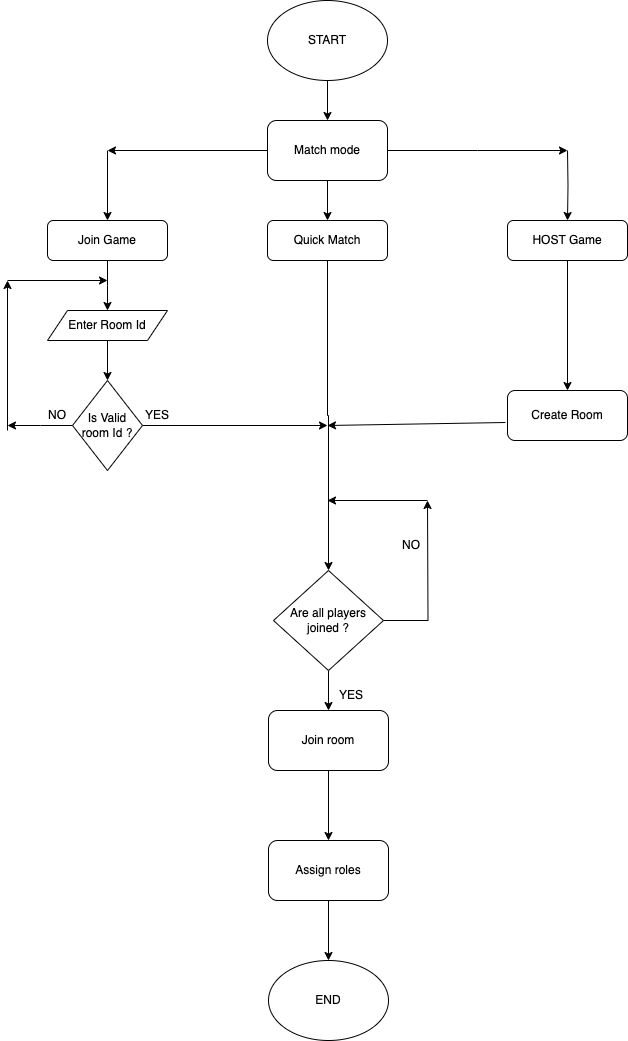
The draw.io diagram start-menu.drawio.png in garimiddisuman/project, before a commit. Source tidied: cells renumbered, new cells last; positions are measured from the earlier drawing's top-left corner, leaving out a move shared by most shapes.
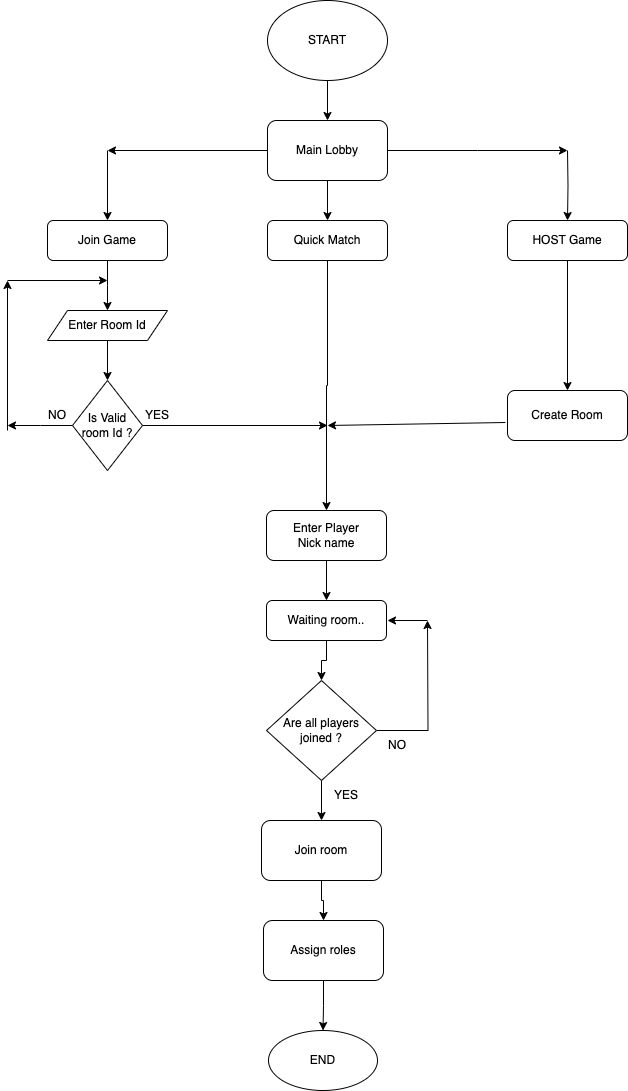
After the commit.

Change to the diagram source:
```diff
@@ -21,40 +21,40 @@
         <mxPoint x="100" y="150" as="targetPoint" />
       </mxGeometry>
     </mxCell>
-    <mxCell id="7" value="Match mode" style="rounded=1;whiteSpace=wrap;html=1;" parent="1" vertex="1">
+    <mxCell id="7" value="Main Lobby" style="rounded=1;whiteSpace=wrap;html=1;" parent="1" vertex="1">
       <mxGeometry x="260" y="120" width="120" height="60" as="geometry" />
     </mxCell>
-    <mxCell id="8" style="edgeStyle=orthogonalEdgeStyle;rounded=0;jettySize=auto;html=1;exitX=0.5;exitY=1;exitDx=0;exitDy=0;entryX=0.5;entryY=0;entryDx=0;entryDy=0;" parent="1" edge="1" source="9" target="12">
-      <mxGeometry relative="1" as="geometry" />
-    </mxCell>
+    <mxCell id="39" style="edgeStyle=orthogonalEdgeStyle;rounded=0;jettySize=auto;html=1;entryX=0.5;entryY=0;entryDx=0;entryDy=0;" parent="1" edge="1" source="9" target="44">
+      <mxGeometry relative="1" as="geometry" />
+    </mxCell>
     <mxCell id="9" value="Quick Match" style="rounded=1;whiteSpace=wrap;html=1;" parent="1" vertex="1">
       <mxGeometry x="260" y="220" width="120" height="40" as="geometry" />
     </mxCell>
     <mxCell id="10" style="edgeStyle=orthogonalEdgeStyle;rounded=0;jettySize=auto;html=1;exitX=1;exitY=0.5;exitDx=0;exitDy=0;" parent="1" edge="1" source="12">
       <mxGeometry relative="1" as="geometry">
-        <mxPoint x="420" y="500" as="targetPoint" />
+        <mxPoint x="420" y="620" as="targetPoint" />
       </mxGeometry>
     </mxCell>
     <mxCell id="11" style="edgeStyle=orthogonalEdgeStyle;rounded=0;jettySize=auto;html=1;entryX=0.5;entryY=0;entryDx=0;entryDy=0;" parent="1" edge="1" source="12" target="14">
       <mxGeometry relative="1" as="geometry" />
     </mxCell>
     <mxCell id="12" value="Are all players joined ?" style="rhombus;whiteSpace=wrap;html=1;" parent="1" vertex="1">
-      <mxGeometry x="266" y="570" width="110" height="100" as="geometry" />
+      <mxGeometry x="259" y="680" width="110" height="100" as="geometry" />
     </mxCell>
     <mxCell id="13" style="edgeStyle=orthogonalEdgeStyle;rounded=0;jettySize=auto;html=1;exitX=0.5;exitY=1;exitDx=0;exitDy=0;entryX=0.5;entryY=0;entryDx=0;entryDy=0;" parent="1" edge="1" source="14" target="16">
       <mxGeometry relative="1" as="geometry" />
     </mxCell>
     <mxCell id="14" value="Join room" style="rounded=1;whiteSpace=wrap;html=1;" parent="1" vertex="1">
-      <mxGeometry x="261" y="710" width="120" height="60" as="geometry" />
+      <mxGeometry x="254" y="820" width="120" height="60" as="geometry" />
     </mxCell>
     <mxCell id="15" style="edgeStyle=orthogonalEdgeStyle;rounded=0;jettySize=auto;html=1;exitX=0.5;exitY=1;exitDx=0;exitDy=0;entryX=0.5;entryY=0;entryDx=0;entryDy=0;" parent="1" edge="1" source="16" target="17">
       <mxGeometry relative="1" as="geometry" />
     </mxCell>
     <mxCell id="16" value="Assign roles" style="rounded=1;whiteSpace=wrap;html=1;" parent="1" vertex="1">
-      <mxGeometry x="261" y="840" width="120" height="60" as="geometry" />
+      <mxGeometry x="256" y="920" width="120" height="60" as="geometry" />
     </mxCell>
     <mxCell id="17" value="END" style="ellipse;whiteSpace=wrap;html=1;" parent="1" vertex="1">
-      <mxGeometry x="261" y="960" width="120" height="80" as="geometry" />
+      <mxGeometry x="261" y="1030" width="109" height="60" as="geometry" />
     </mxCell>
     <mxCell id="18" style="edgeStyle=orthogonalEdgeStyle;rounded=0;jettySize=auto;html=1;entryX=0.5;entryY=0;entryDx=0;entryDy=0;" parent="1" edge="1" target="21">
       <mxGeometry relative="1" as="geometry">
@@ -62,7 +62,7 @@
       </mxGeometry>
     </mxCell>
     <mxCell id="19" value="YES" style="text;html=1;align=center;verticalAlign=middle;whiteSpace=wrap;rounded=0;" parent="1" vertex="1">
-      <mxGeometry x="314" y="680" width="60" height="30" as="geometry" />
+      <mxGeometry x="309" y="780" width="60" height="30" as="geometry" />
     </mxCell>
     <mxCell id="20" style="edgeStyle=orthogonalEdgeStyle;rounded=0;jettySize=auto;html=1;exitX=0.5;exitY=1;exitDx=0;exitDy=0;entryX=0.5;entryY=0;entryDx=0;entryDy=0;" parent="1" edge="1" source="21" target="22">
       <mxGeometry relative="1" as="geometry" />
@@ -73,14 +73,8 @@
     <mxCell id="22" value="Create Room" style="rounded=1;whiteSpace=wrap;html=1;" parent="1" vertex="1">
       <mxGeometry x="500" y="390" width="120" height="50" as="geometry" />
     </mxCell>
-    <mxCell id="23" style="endArrow=classic;html=1;rounded=0;" parent="1" edge="1">
-      <mxGeometry relative="1" as="geometry">
-        <mxPoint x="420" y="500" as="sourcePoint" />
-        <mxPoint x="320" y="500" as="targetPoint" />
-      </mxGeometry>
-    </mxCell>
     <mxCell id="24" value="NO" style="text;html=1;align=center;verticalAlign=middle;whiteSpace=wrap;rounded=0;" parent="1" vertex="1">
-      <mxGeometry x="374" y="530" width="60" height="30" as="geometry" />
+      <mxGeometry x="360" y="730" width="60" height="30" as="geometry" />
     </mxCell>
     <mxCell id="25" style="edgeStyle=orthogonalEdgeStyle;rounded=0;jettySize=auto;html=1;exitX=0.5;exitY=1;exitDx=0;exitDy=0;entryX=0.5;entryY=0;entryDx=0;entryDy=0;" parent="1" edge="1" source="26">
       <mxGeometry relative="1" as="geometry">
@@ -140,5 +134,23 @@
         <mxPoint y="280" as="targetPoint" />
       </mxGeometry>
     </mxCell>
+    <mxCell id="40" style="edgeStyle=orthogonalEdgeStyle;rounded=0;jettySize=auto;html=1;entryX=0.5;entryY=0;entryDx=0;entryDy=0;" parent="1" edge="1" source="41" target="12">
+      <mxGeometry relative="1" as="geometry" />
+    </mxCell>
+    <mxCell id="41" value="Waiting room.." style="rounded=1;whiteSpace=wrap;html=1;" parent="1" vertex="1">
+      <mxGeometry x="259" y="600" width="120" height="40" as="geometry" />
+    </mxCell>
+    <mxCell id="42" style="endArrow=classic;html=1;rounded=0;" parent="1" edge="1">
+      <mxGeometry relative="1" as="geometry">
+        <mxPoint x="420" y="620" as="sourcePoint" />
+        <mxPoint x="380" y="620" as="targetPoint" />
+      </mxGeometry>
+    </mxCell>
+    <mxCell id="43" style="edgeStyle=orthogonalEdgeStyle;rounded=0;jettySize=auto;html=1;entryX=0.5;entryY=0;entryDx=0;entryDy=0;" parent="1" edge="1" source="44" target="41">
+      <mxGeometry relative="1" as="geometry" />
+    </mxCell>
+    <mxCell id="44" value="Enter Player&lt;div&gt;Nick name&lt;/div&gt;" style="rounded=1;whiteSpace=wrap;html=1;" parent="1" vertex="1">
+      <mxGeometry x="259" y="510" width="120" height="50" as="geometry" />
+    </mxCell>
   </root>
 </mxGraphModel>
```
